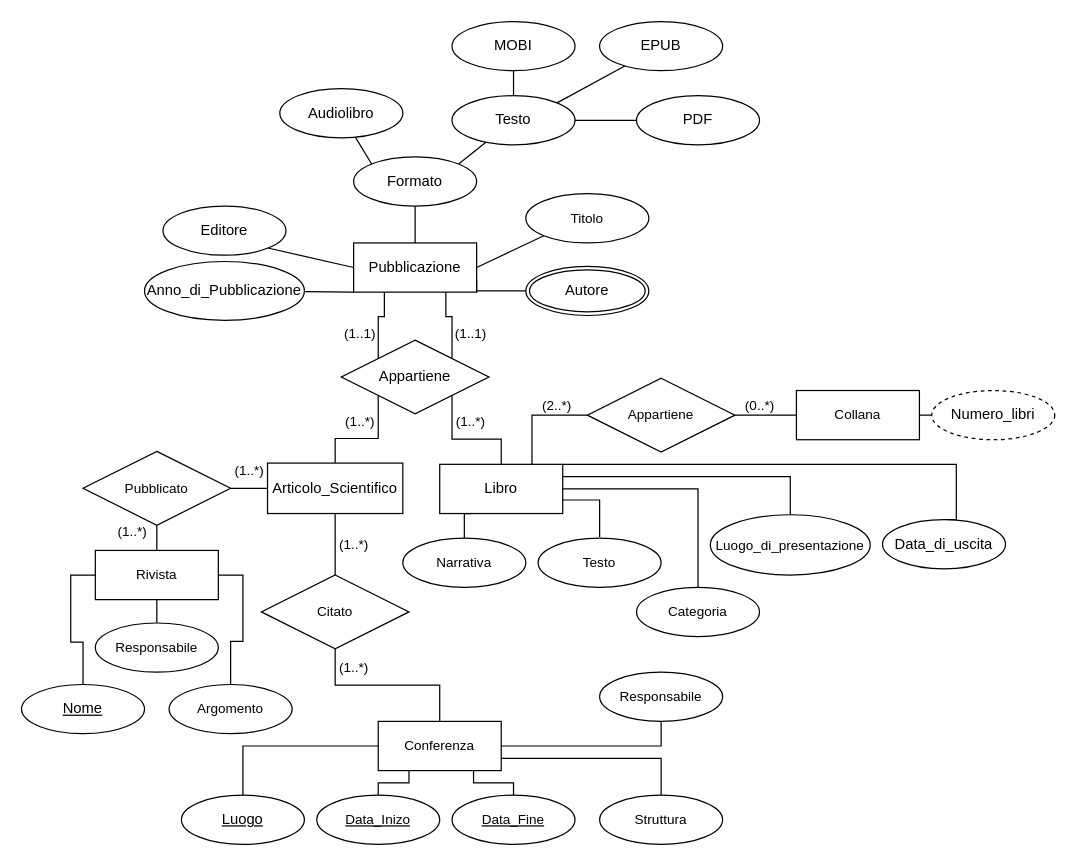
Above: prova.drawio in FiorentinoLuca/diagrams (draw.io), before the change. Source tidied: cells renumbered, new cells numbered last; positions are measured from the earlier drawing's top-left corner, leaving out a move shared by most shapes. Both pictures are drawn from the tidied source at 123%, with x=0, y=0 at pixel (21, 21).
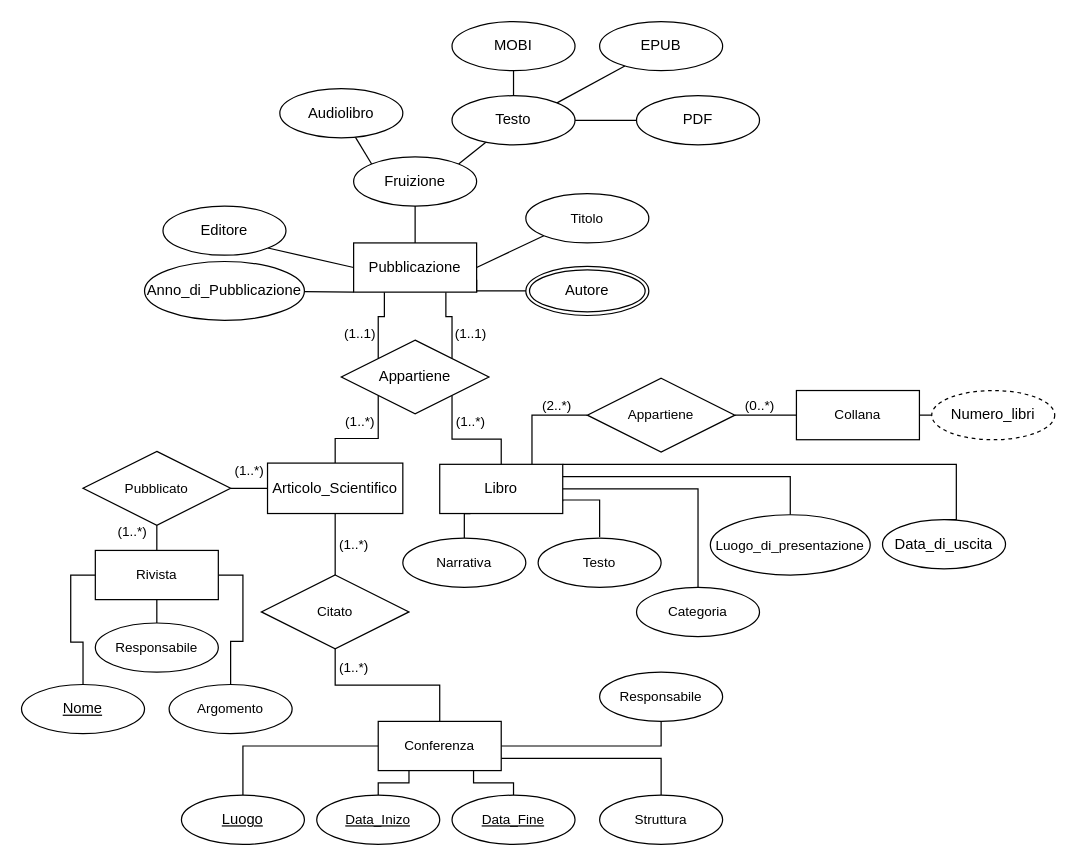
After the change.

Diff of the diagram source:
```diff
@@
-    <mxCell id="12" value="Formato" style="ellipse;whiteSpace=wrap;html=1;align=center;" parent="1" vertex="1">
+    <mxCell id="12" value="Fruizione" style="ellipse;whiteSpace=wrap;html=1;align=center;" parent="1" vertex="1">
       <mxGeometry x="270" y="110" width="100" height="40" as="geometry" />
     </mxCell>
```
